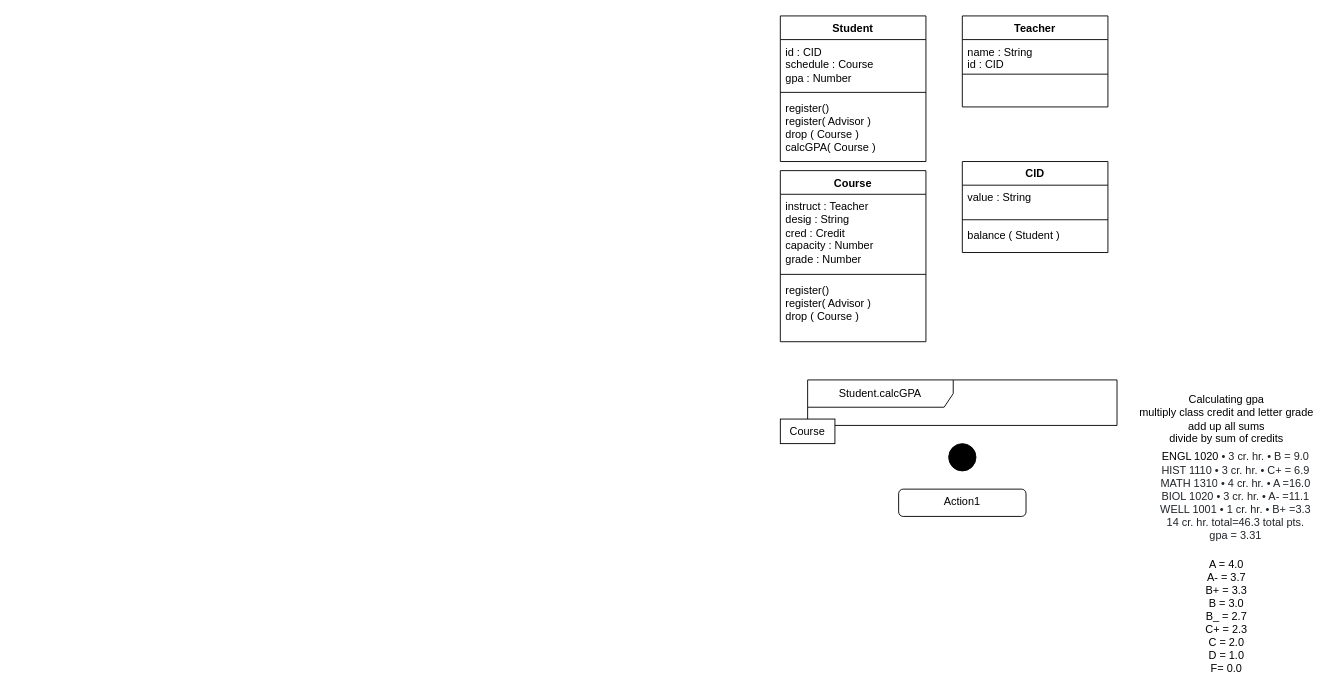
The draw.io diagram page "CCC" (1 of 2) of ccc-model.drawio in VoltageGP/ccc-model, before the edit. Source tidied: cells renumbered, new cells numbered last; positions are measured from the earlier drawing's top-left corner, leaving out a move shared by most shapes. Both pictures are drawn from the tidied source at 91%, with x=0, y=0 at pixel (780, 15).
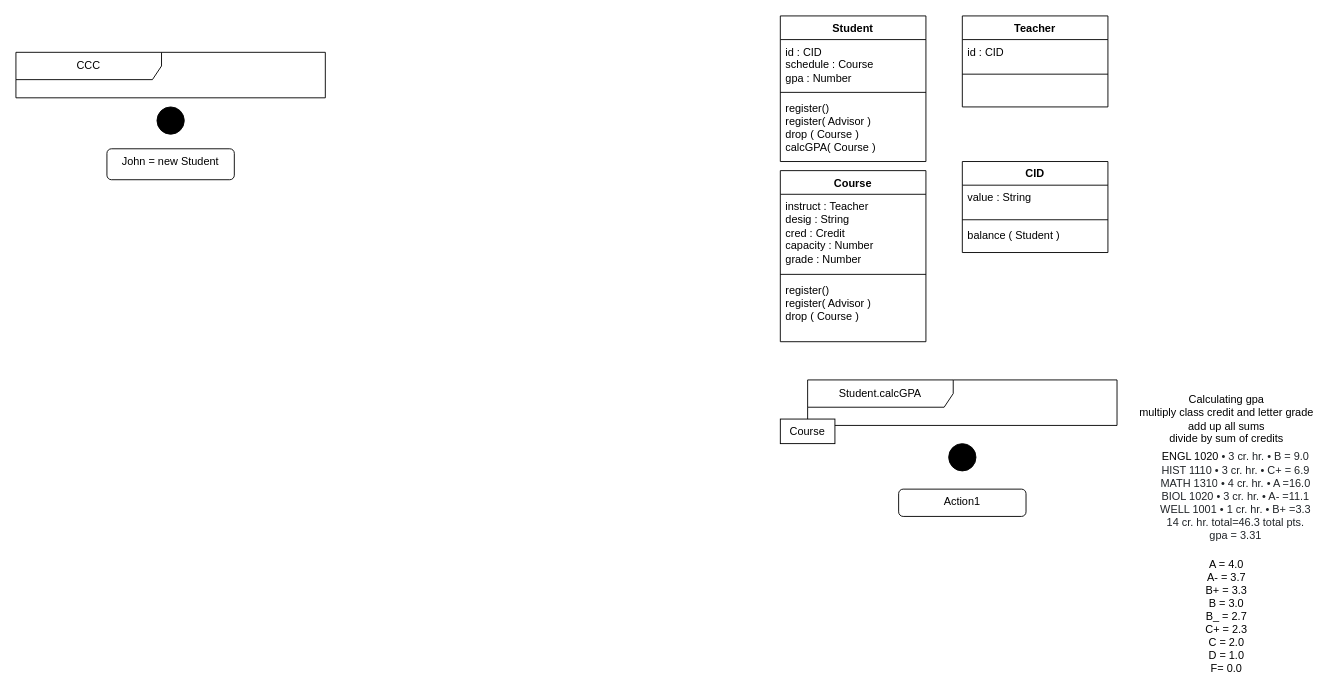
The same page after the edit.

Commit message:
Created beginnings of main activity

Unchanged cells that the change refers to:
```xml
<mxCell id="14" value="Teacher" style="swimlane;fontStyle=1;align=center;verticalAlign=top;horizontal=1;startSize=26;whiteSpace=wrap;html=1;" parent="1" vertex="1">
  <mxGeometry x="200" width="160" height="100" as="geometry" />
</mxCell>
```

Change to the diagram source:
```diff
@@
-    <mxCell id="15" value="name : String&lt;br&gt;id : CID" style="text;strokeColor=none;fillColor=none;align=left;verticalAlign=top;spacingLeft=4;spacingRight=4;overflow=hidden;whiteSpace=wrap;html=1;" parent="14" vertex="1">
+    <mxCell id="15" value="id : CID" style="text;strokeColor=none;fillColor=none;align=left;verticalAlign=top;spacingLeft=4;spacingRight=4;overflow=hidden;whiteSpace=wrap;html=1;" parent="14" vertex="1">
       <mxGeometry y="26" width="160" height="34" as="geometry" />
     </mxCell>
@@
+    <mxCell id="25" value="CCC" style="shape=umlFrame;whiteSpace=wrap;html=1;width=160;" parent="1" vertex="1">
+      <mxGeometry x="-840" y="40" width="340" height="50" as="geometry" />
+    </mxCell>
+    <mxCell id="26" style="ellipse;fillColor=strokeColor;html=1;" parent="1" vertex="1">
+      <mxGeometry x="-685" y="100" width="30" height="30" as="geometry" />
+    </mxCell>
+    <mxCell id="27" value="John = new Student" style="html=1;align=center;verticalAlign=top;rounded=1;absoluteArcSize=1;arcSize=10;dashed=0;whiteSpace=wrap;" parent="1" vertex="1">
+      <mxGeometry x="-740" y="146" width="140" height="34" as="geometry" />
+    </mxCell>
```
